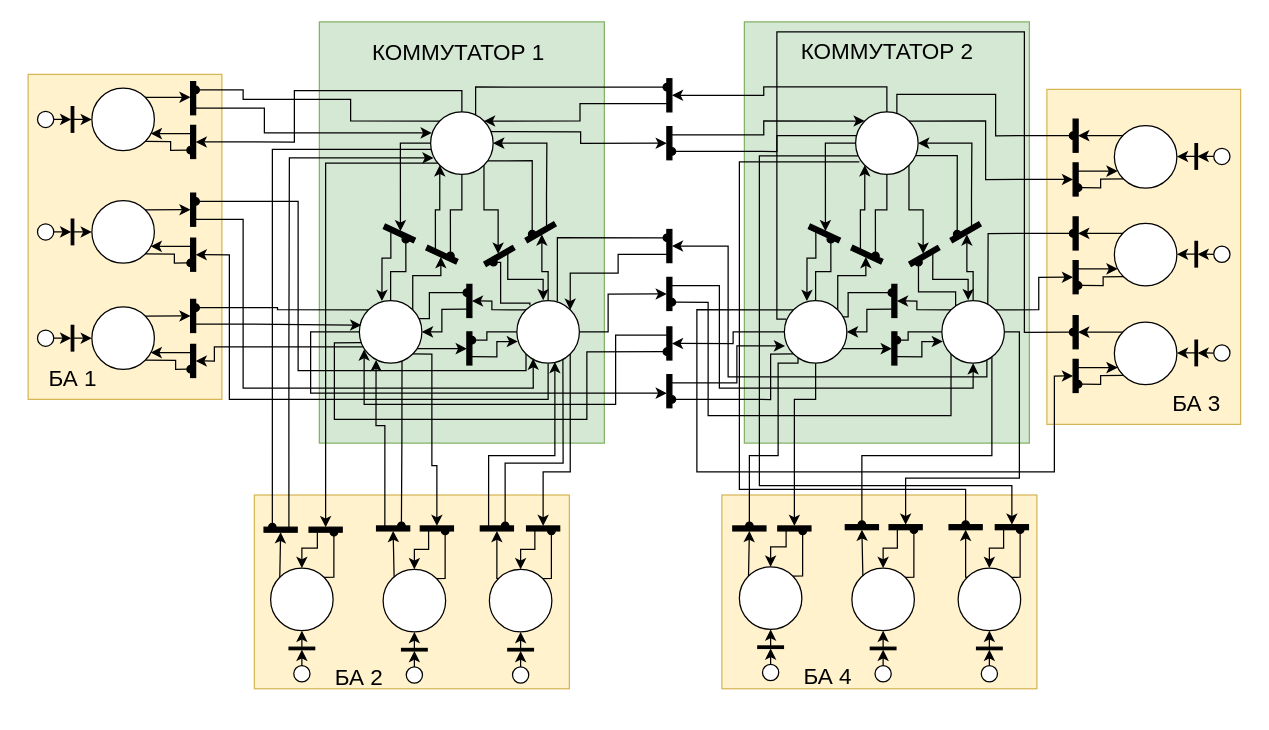
Above: page "PETRI NET" (3 of 3) of logic.drawio in sadsackk/STP-ISS-analyzer (draw.io), before the change. Source tidied: cells renumbered, new cells numbered last; positions are measured from the earlier drawing's top-left corner, leaving out a move shared by most shapes. Both pictures are drawn from the tidied source at 125%, with x=0, y=0 at pixel (21, 21).
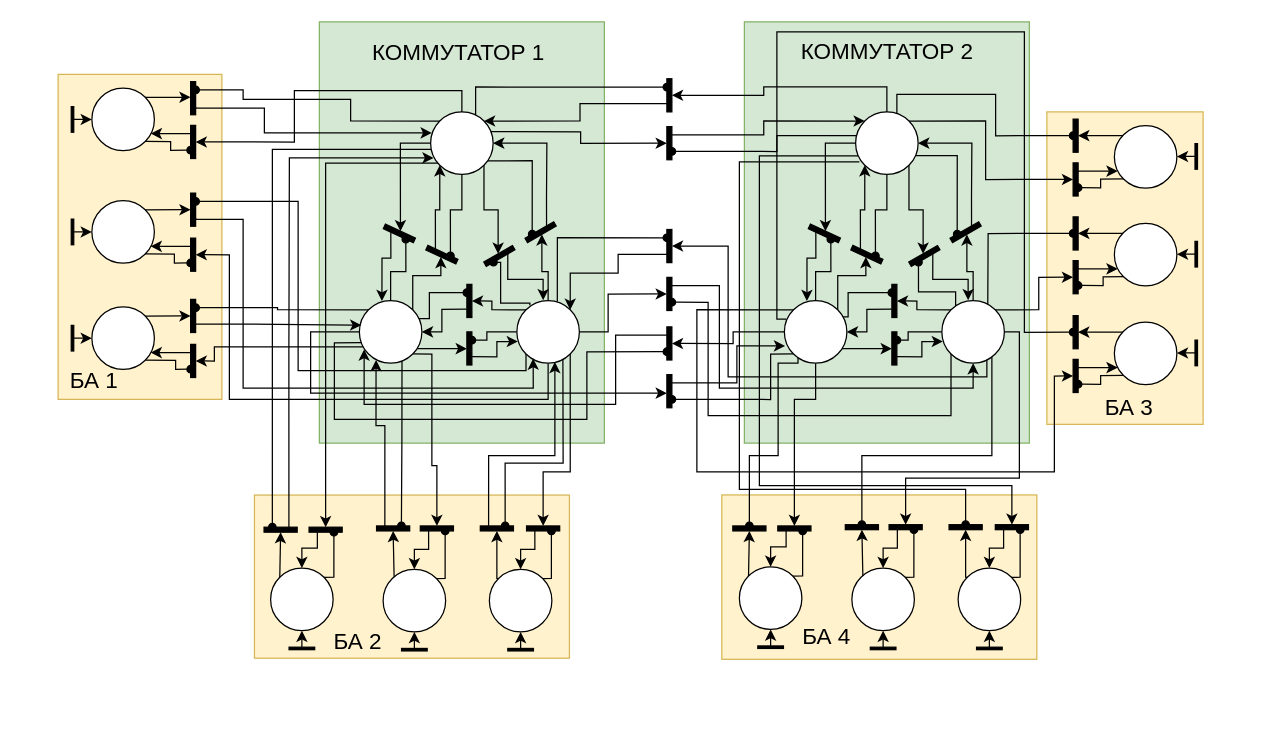
The same page after the edit.

The change refers to these unchanged cells:
```xml
<mxCell id="25" style="rounded=0;whiteSpace=wrap;html=1;fontSize=18;strokeColor=#000000;fillColor=#000000;rotation=0;" parent="1" vertex="1">
  <mxGeometry x="938.5" y="254.6" width="2" height="20.5" as="geometry" />
</mxCell>
<mxCell id="29" style="rounded=0;whiteSpace=wrap;html=1;fontSize=18;strokeColor=#000000;fillColor=#000000;rotation=0;" parent="1" vertex="1">
  <mxGeometry x="938.5" y="175.6" width="2" height="20.5" as="geometry" />
</mxCell>
<mxCell id="33" style="rounded=0;whiteSpace=wrap;html=1;fontSize=18;strokeColor=#000000;fillColor=#000000;rotation=0;" parent="1" vertex="1">
  <mxGeometry x="938.5" y="97.4" width="2" height="20.5" as="geometry" />
</mxCell>
<mxCell id="176" style="rounded=0;whiteSpace=wrap;html=1;fontSize=18;strokeColor=#000000;fillColor=#000000;rotation=-90;" parent="1" vertex="1">
  <mxGeometry x="398" y="492" width="2" height="20.5" as="geometry" />
</mxCell>
<mxCell id="179" style="rounded=0;whiteSpace=wrap;html=1;fontSize=18;strokeColor=#000000;fillColor=#000000;rotation=-90;" parent="1" vertex="1">
  <mxGeometry x="313" y="492" width="2" height="20.5" as="geometry" />
</mxCell>
<mxCell id="183" style="rounded=0;whiteSpace=wrap;html=1;fontSize=18;strokeColor=#000000;fillColor=#000000;rotation=-90;" parent="1" vertex="1">
  <mxGeometry x="223" y="491" width="2" height="20.5" as="geometry" />
</mxCell>
<mxCell id="206" style="rounded=0;whiteSpace=wrap;html=1;fontSize=18;strokeColor=#000000;fillColor=#000000;rotation=0;" parent="1" vertex="1">
  <mxGeometry x="39.5" y="242.8" width="2" height="20.5" as="geometry" />
</mxCell>
<mxCell id="210" style="rounded=0;whiteSpace=wrap;html=1;fontSize=18;strokeColor=#000000;fillColor=#000000;rotation=0;" parent="1" vertex="1">
  <mxGeometry x="39.5" y="157.8" width="2" height="20.5" as="geometry" />
</mxCell>
<mxCell id="214" style="rounded=0;whiteSpace=wrap;html=1;fontSize=18;strokeColor=#000000;fillColor=#000000;rotation=0;" parent="1" vertex="1">
  <mxGeometry x="39.5" y="67.8" width="2" height="20.5" as="geometry" />
</mxCell>
<mxCell id="238" style="rounded=0;whiteSpace=wrap;html=1;fontSize=18;strokeColor=#000000;fillColor=#000000;rotation=-90;" parent="1" vertex="1">
  <mxGeometry x="773" y="491" width="2" height="20.5" as="geometry" />
</mxCell>
<mxCell id="241" style="rounded=0;whiteSpace=wrap;html=1;fontSize=18;strokeColor=#000000;fillColor=#000000;rotation=-90;" parent="1" vertex="1">
  <mxGeometry x="688" y="491" width="2" height="20.5" as="geometry" />
</mxCell>
<mxCell id="245" style="rounded=0;whiteSpace=wrap;html=1;fontSize=18;strokeColor=#000000;fillColor=#000000;rotation=-90;" parent="1" vertex="1">
  <mxGeometry x="598" y="490" width="2" height="20.5" as="geometry" />
</mxCell>
```

Diff of the diagram source:
```diff
@@
     <mxCell id="3" style="rounded=0;whiteSpace=wrap;html=1;fillColor=#fff2cc;strokeColor=#d6b656;flipH=1;" parent="1" vertex="1">
-      <mxGeometry x="820" y="54" width="155" height="268" as="geometry" />
+      <mxGeometry x="820" y="72" width="125" height="250" as="geometry" />
     </mxCell>
@@
     <mxCell id="6" value="&lt;font style=&quot;font-size: 18px&quot;&gt;БА 3&lt;/font&gt;" style="text;html=1;strokeColor=none;fillColor=none;align=center;verticalAlign=middle;whiteSpace=wrap;rounded=0;" parent="1" vertex="1">
-      <mxGeometry x="898.5" y="282" width="82" height="48" as="geometry" />
+      <mxGeometry x="845" y="284.5" width="82" height="48" as="geometry" />
     </mxCell>
@@
-    <mxCell id="23" style="ellipse;whiteSpace=wrap;html=1;rotation=-90;" parent="1" vertex="1">
-      <mxGeometry x="953.5" y="258.4" width="13" height="13" as="geometry" />
-    </mxCell>
@@
-    <mxCell id="26" style="edgeStyle=orthogonalEdgeStyle;rounded=0;jettySize=auto;html=1;exitX=0.5;exitY=0;exitDx=0;exitDy=0;entryX=1;entryY=0.5;entryDx=0;entryDy=0;fontSize=18;endArrow=classic;endFill=1;" parent="1" edge="1" source="23" target="25">
-      <mxGeometry relative="1" as="geometry" />
-    </mxCell>
-    <mxCell id="27" style="ellipse;whiteSpace=wrap;html=1;rotation=-90;" parent="1" vertex="1">
-      <mxGeometry x="953.5" y="179.4" width="13" height="13" as="geometry" />
-    </mxCell>
@@
-    <mxCell id="30" style="edgeStyle=orthogonalEdgeStyle;rounded=0;jettySize=auto;html=1;exitX=0.5;exitY=0;exitDx=0;exitDy=0;entryX=1;entryY=0.5;entryDx=0;entryDy=0;fontSize=18;endArrow=classic;endFill=1;" parent="1" edge="1" source="27" target="29">
-      <mxGeometry relative="1" as="geometry" />
-    </mxCell>
-    <mxCell id="31" style="ellipse;whiteSpace=wrap;html=1;rotation=-90;" parent="1" vertex="1">
-      <mxGeometry x="953.5" y="101.1" width="13" height="13" as="geometry" />
-    </mxCell>
@@
-    <mxCell id="34" style="edgeStyle=orthogonalEdgeStyle;rounded=0;jettySize=auto;html=1;exitX=0.5;exitY=0;exitDx=0;exitDy=0;entryX=1;entryY=0.5;entryDx=0;entryDy=0;fontSize=18;endArrow=classic;endFill=1;" parent="1" edge="1" source="31" target="33">
-      <mxGeometry relative="1" as="geometry" />
-    </mxCell>
     <mxCell id="35" style="rounded=0;whiteSpace=wrap;html=1;fillColor=#fff2cc;strokeColor=#d6b656;rotation=-90;" parent="1" vertex="1">
-      <mxGeometry x="608.5" y="330" width="155" height="252" as="geometry" />
+      <mxGeometry x="620.2" y="318.2" width="131.5" height="252" as="geometry" />
     </mxCell>
     <mxCell id="36" style="rounded=0;whiteSpace=wrap;html=1;fillColor=#fff2cc;strokeColor=#d6b656;" parent="1" vertex="1">
-      <mxGeometry x="5" y="42" width="155" height="260" as="geometry" />
+      <mxGeometry x="29" y="42" width="131" height="260" as="geometry" />
     </mxCell>
     <mxCell id="37" style="rounded=0;whiteSpace=wrap;html=1;fillColor=#fff2cc;strokeColor=#d6b656;rotation=-90;" parent="1" vertex="1">
-      <mxGeometry x="234.5" y="330" width="155" height="252" as="geometry" />
+      <mxGeometry x="246.8" y="317.8" width="130.5" height="252" as="geometry" />
     </mxCell>
@@
     <mxCell id="160" value="&lt;font style=&quot;font-size: 18px&quot;&gt;БА 2&lt;/font&gt;" style="text;html=1;strokeColor=none;fillColor=none;align=center;verticalAlign=middle;whiteSpace=wrap;rounded=0;rotation=0;" parent="1" vertex="1">
-      <mxGeometry x="229" y="501" width="82" height="48" as="geometry" />
+      <mxGeometry x="228" y="472" width="82" height="48" as="geometry" />
     </mxCell>
@@
-    <mxCell id="173" style="edgeStyle=orthogonalEdgeStyle;rounded=0;jettySize=auto;html=1;exitX=1;exitY=0.5;exitDx=0;exitDy=0;entryX=0;entryY=0.5;entryDx=0;entryDy=0;fontSize=18;endArrow=classic;endFill=1;" parent="1" edge="1" source="174" target="176">
-      <mxGeometry relative="1" as="geometry" />
-    </mxCell>
-    <mxCell id="174" style="ellipse;whiteSpace=wrap;html=1;rotation=-90;" parent="1" vertex="1">
-      <mxGeometry x="392.5" y="516" width="13" height="13" as="geometry" />
-    </mxCell>
@@
-    <mxCell id="177" style="ellipse;whiteSpace=wrap;html=1;rotation=-90;" parent="1" vertex="1">
-      <mxGeometry x="307.5" y="516" width="13" height="13" as="geometry" />
-    </mxCell>
@@
-    <mxCell id="180" style="edgeStyle=orthogonalEdgeStyle;rounded=0;jettySize=auto;html=1;exitX=1;exitY=0.5;exitDx=0;exitDy=0;entryX=0;entryY=0.5;entryDx=0;entryDy=0;fontSize=18;endArrow=classic;endFill=1;" parent="1" edge="1" source="177" target="179">
-      <mxGeometry relative="1" as="geometry" />
-    </mxCell>
-    <mxCell id="181" style="ellipse;whiteSpace=wrap;html=1;rotation=-90;" parent="1" vertex="1">
-      <mxGeometry x="217.5" y="515" width="13" height="13" as="geometry" />
-    </mxCell>
@@
-    <mxCell id="184" style="edgeStyle=orthogonalEdgeStyle;rounded=0;jettySize=auto;html=1;exitX=1;exitY=0.5;exitDx=0;exitDy=0;entryX=0;entryY=0.5;entryDx=0;entryDy=0;fontSize=18;endArrow=classic;endFill=1;" parent="1" edge="1" source="181" target="183">
-      <mxGeometry relative="1" as="geometry" />
-    </mxCell>
@@
     <mxCell id="191" value="&lt;font style=&quot;font-size: 18px&quot;&gt;БА 1&lt;/font&gt;" style="text;html=1;strokeColor=none;fillColor=none;align=center;verticalAlign=middle;whiteSpace=wrap;rounded=0;" parent="1" vertex="1">
-      <mxGeometry x="-0.5" y="261.5" width="82" height="48" as="geometry" />
+      <mxGeometry x="17" y="263.2" width="82" height="48" as="geometry" />
     </mxCell>
@@
-    <mxCell id="204" style="ellipse;whiteSpace=wrap;html=1;rotation=-90;" parent="1" vertex="1">
-      <mxGeometry x="12.5" y="246.5" width="13" height="13" as="geometry" />
-    </mxCell>
@@
-    <mxCell id="207" style="edgeStyle=orthogonalEdgeStyle;rounded=0;jettySize=auto;html=1;exitX=0.5;exitY=1;exitDx=0;exitDy=0;entryX=0;entryY=0.5;entryDx=0;entryDy=0;fontSize=18;endArrow=classic;endFill=1;" parent="1" edge="1" source="204" target="206">
-      <mxGeometry relative="1" as="geometry" />
-    </mxCell>
-    <mxCell id="208" style="ellipse;whiteSpace=wrap;html=1;rotation=-90;" parent="1" vertex="1">
-      <mxGeometry x="12.5" y="161.5" width="13" height="13" as="geometry" />
-    </mxCell>
@@
-    <mxCell id="211" style="edgeStyle=orthogonalEdgeStyle;rounded=0;jettySize=auto;html=1;exitX=0.5;exitY=1;exitDx=0;exitDy=0;entryX=0;entryY=0.5;entryDx=0;entryDy=0;fontSize=18;endArrow=classic;endFill=1;" parent="1" edge="1" source="208" target="210">
-      <mxGeometry relative="1" as="geometry" />
-    </mxCell>
-    <mxCell id="212" style="ellipse;whiteSpace=wrap;html=1;rotation=-90;" parent="1" vertex="1">
-      <mxGeometry x="12.5" y="71.5" width="13" height="13" as="geometry" />
-    </mxCell>
@@
-    <mxCell id="215" style="edgeStyle=orthogonalEdgeStyle;rounded=0;jettySize=auto;html=1;exitX=0.5;exitY=1;exitDx=0;exitDy=0;entryX=0;entryY=0.5;entryDx=0;entryDy=0;fontSize=18;endArrow=classic;endFill=1;" parent="1" edge="1" source="212" target="214">
-      <mxGeometry relative="1" as="geometry" />
-    </mxCell>
@@
     <mxCell id="222" value="&lt;font style=&quot;font-size: 18px&quot;&gt;БА 4&lt;/font&gt;" style="text;html=1;strokeColor=none;fillColor=none;align=center;verticalAlign=middle;whiteSpace=wrap;rounded=0;rotation=0;" parent="1" vertex="1">
-      <mxGeometry x="604" y="500" width="82" height="48" as="geometry" />
+      <mxGeometry x="603" y="468" width="82" height="48" as="geometry" />
     </mxCell>
@@
-    <mxCell id="235" style="edgeStyle=orthogonalEdgeStyle;rounded=0;jettySize=auto;html=1;exitX=1;exitY=0.5;exitDx=0;exitDy=0;entryX=0;entryY=0.5;entryDx=0;entryDy=0;fontSize=18;endArrow=classic;endFill=1;" parent="1" edge="1" source="236" target="238">
-      <mxGeometry relative="1" as="geometry" />
-    </mxCell>
-    <mxCell id="236" style="ellipse;whiteSpace=wrap;html=1;rotation=-90;" parent="1" vertex="1">
-      <mxGeometry x="767.5" y="515" width="13" height="13" as="geometry" />
-    </mxCell>
@@
-    <mxCell id="239" style="ellipse;whiteSpace=wrap;html=1;rotation=-90;" parent="1" vertex="1">
-      <mxGeometry x="682.5" y="515" width="13" height="13" as="geometry" />
-    </mxCell>
@@
-    <mxCell id="242" style="edgeStyle=orthogonalEdgeStyle;rounded=0;jettySize=auto;html=1;exitX=1;exitY=0.5;exitDx=0;exitDy=0;entryX=0;entryY=0.5;entryDx=0;entryDy=0;fontSize=18;endArrow=classic;endFill=1;" parent="1" edge="1" source="239" target="241">
-      <mxGeometry relative="1" as="geometry" />
-    </mxCell>
-    <mxCell id="243" style="ellipse;whiteSpace=wrap;html=1;rotation=-90;" parent="1" vertex="1">
-      <mxGeometry x="592.5" y="514" width="13" height="13" as="geometry" />
-    </mxCell>
@@
-    <mxCell id="246" style="edgeStyle=orthogonalEdgeStyle;rounded=0;jettySize=auto;html=1;exitX=1;exitY=0.5;exitDx=0;exitDy=0;entryX=0;entryY=0.5;entryDx=0;entryDy=0;fontSize=18;endArrow=classic;endFill=1;" parent="1" edge="1" source="243" target="245">
-      <mxGeometry relative="1" as="geometry" />
-    </mxCell>
```
